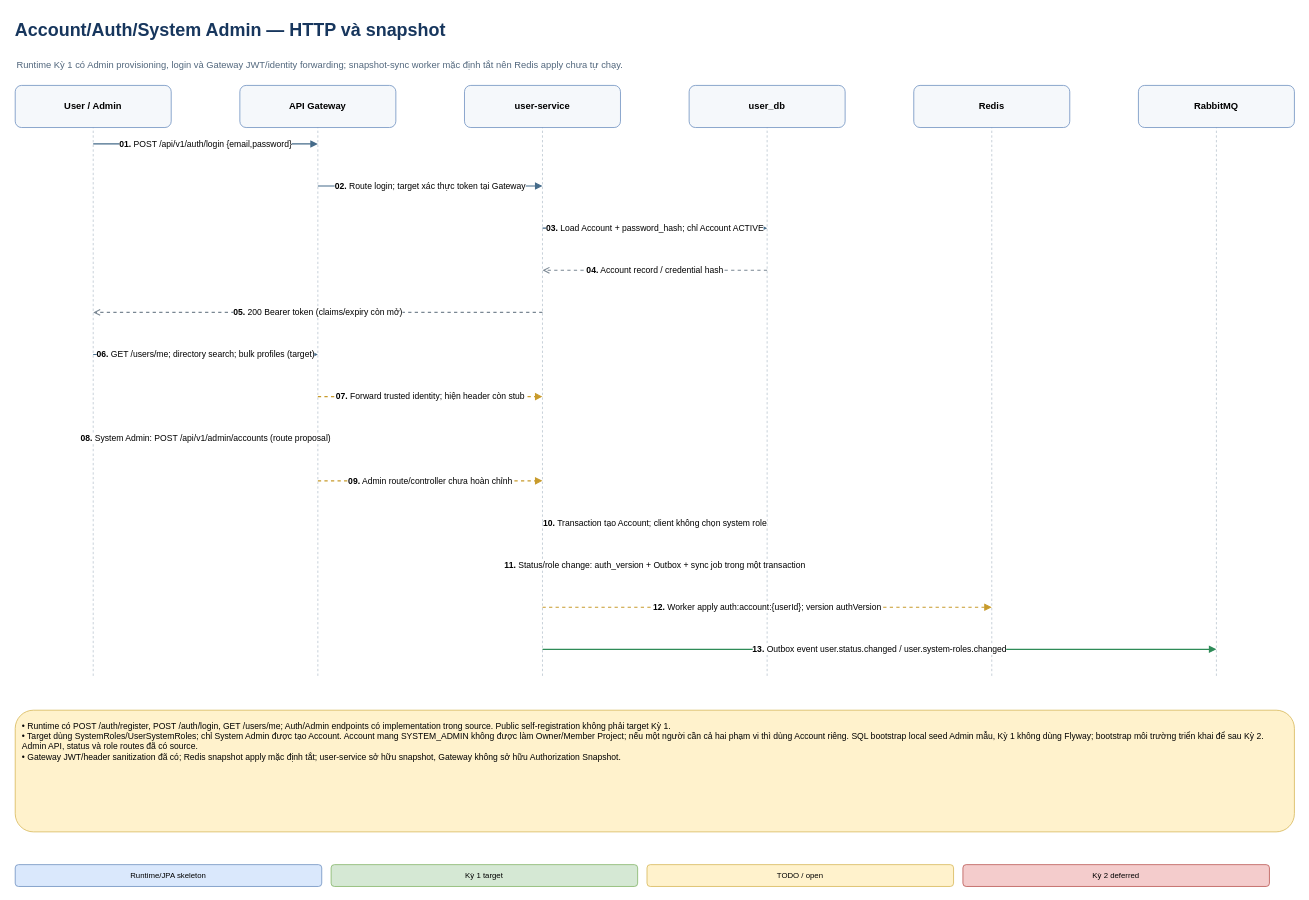
Above: page "02 - Account Auth and system roles" (3 of 17) of docs/project/dev-platform-system-design.drawio in gekok/Dev-Platform (draw.io), before the change. Source tidied: cells renumbered, new cells numbered last; positions are measured from the earlier drawing's top-left corner, leaving out a move shared by most shapes. Both pictures are drawn from the tidied source at 78%, with x=0, y=0 at pixel (13, 13).
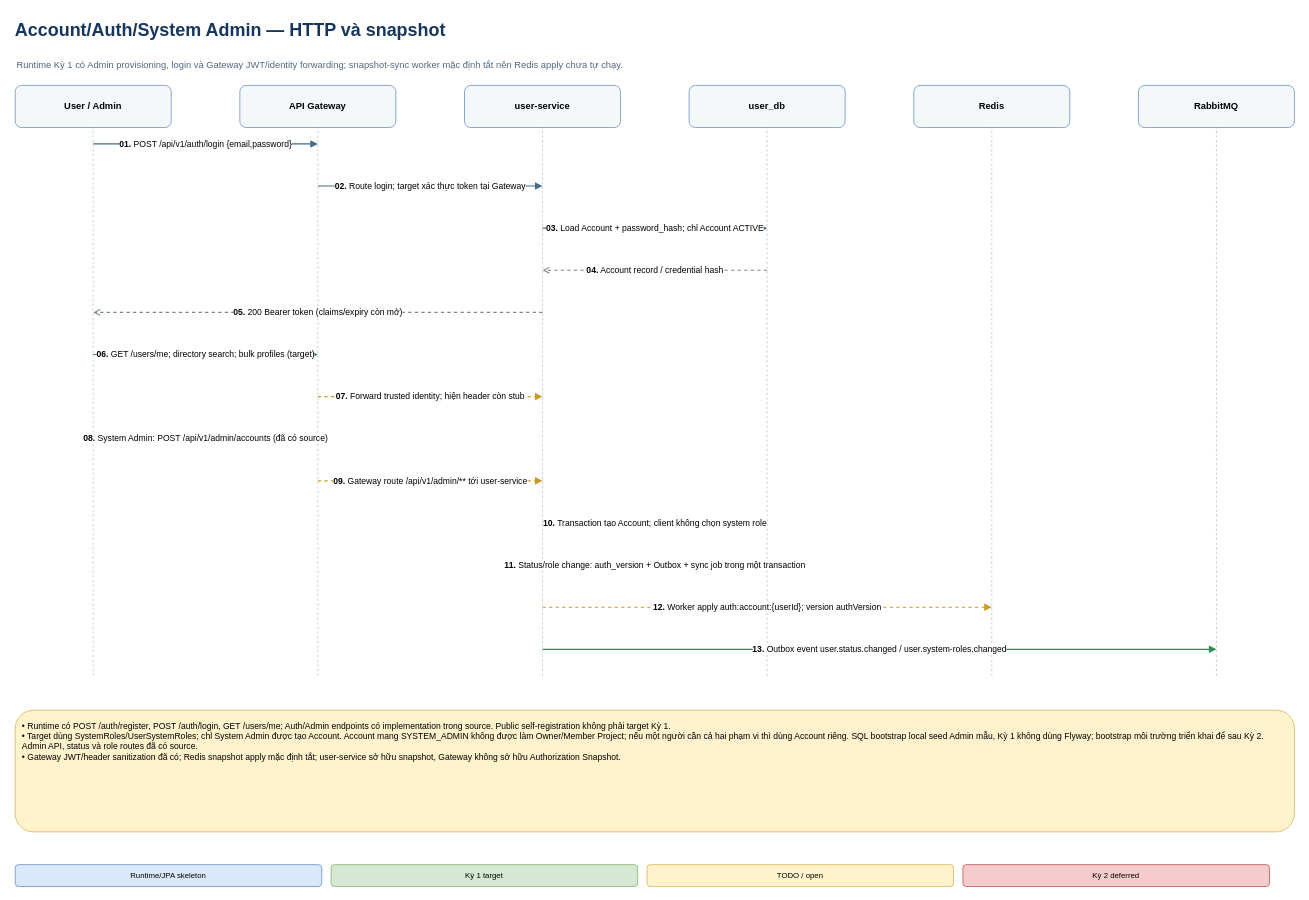
After the change.

What changed in the source:
```diff
@@
-    <mxCell id="15" value="&lt;b&gt;08.&lt;/b&gt; System Admin: POST /api/v1/admin/accounts (route proposal)" style="edgeStyle=none;html=1;rounded=0;strokeColor=#456b8a;strokeWidth=1.4;endArrow=block;endFill=1;fontSize=11;labelBackgroundColor=#ffffff;align=center;verticalAlign=middle;" parent="1" edge="1">
+    <mxCell id="15" value="&lt;b&gt;08.&lt;/b&gt; System Admin: POST /api/v1/admin/accounts (đã có source)" style="edgeStyle=none;html=1;rounded=0;strokeColor=#456b8a;strokeWidth=1.4;endArrow=block;endFill=1;fontSize=11;labelBackgroundColor=#ffffff;align=center;verticalAlign=middle;" parent="1" edge="1">
       <mxGeometry relative="1" as="geometry">
         <mxPoint x="102" y="545" as="sourcePoint" />
         <mxPoint x="390" y="545" as="targetPoint" />
       </mxGeometry>
     </mxCell>
-    <mxCell id="16" value="&lt;b&gt;09.&lt;/b&gt; Admin route/controller chưa hoàn chỉnh" style="edgeStyle=none;html=1;rounded=0;strokeColor=#c89b2c;strokeWidth=1.4;dashed=1;endArrow=block;endFill=1;fontSize=11;labelBackgroundColor=#ffffff;align=center;verticalAlign=middle;" parent="1" edge="1">
+    <mxCell id="16" value="&lt;b&gt;09.&lt;/b&gt; Gateway route /api/v1/admin/** tới user-service" style="edgeStyle=none;html=1;rounded=0;strokeColor=#c89b2c;strokeWidth=1.4;dashed=1;endArrow=block;endFill=1;fontSize=11;labelBackgroundColor=#ffffff;align=center;verticalAlign=middle;" parent="1" edge="1">
       <mxGeometry relative="1" as="geometry">
         <mxPoint x="390" y="599" as="sourcePoint" />
         <mxPoint x="678" y="599" as="targetPoint" />
       </mxGeometry>
     </mxCell>
```
